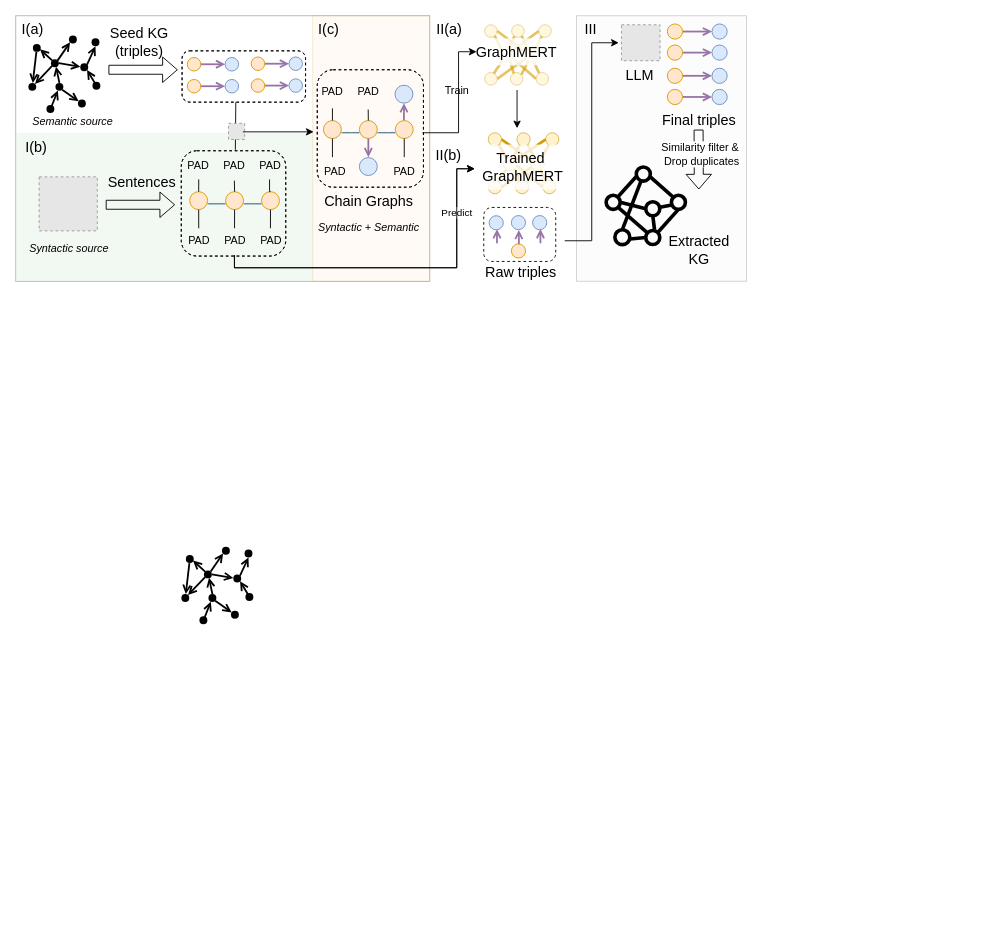
The draw.io diagram page "methodology" (4 of 5) of presentations/pipeline.drawio in across-stars/draw.io, before the edit. Source tidied: cells renumbered, new cells numbered last; positions are measured from the earlier drawing's top-left corner, leaving out a move shared by most shapes. Both pictures are drawn from the tidied source at 90%, with x=0, y=0 at pixel (15, 15). Pictures stored in the file or linked from it are replaced by grey dashed boxes.
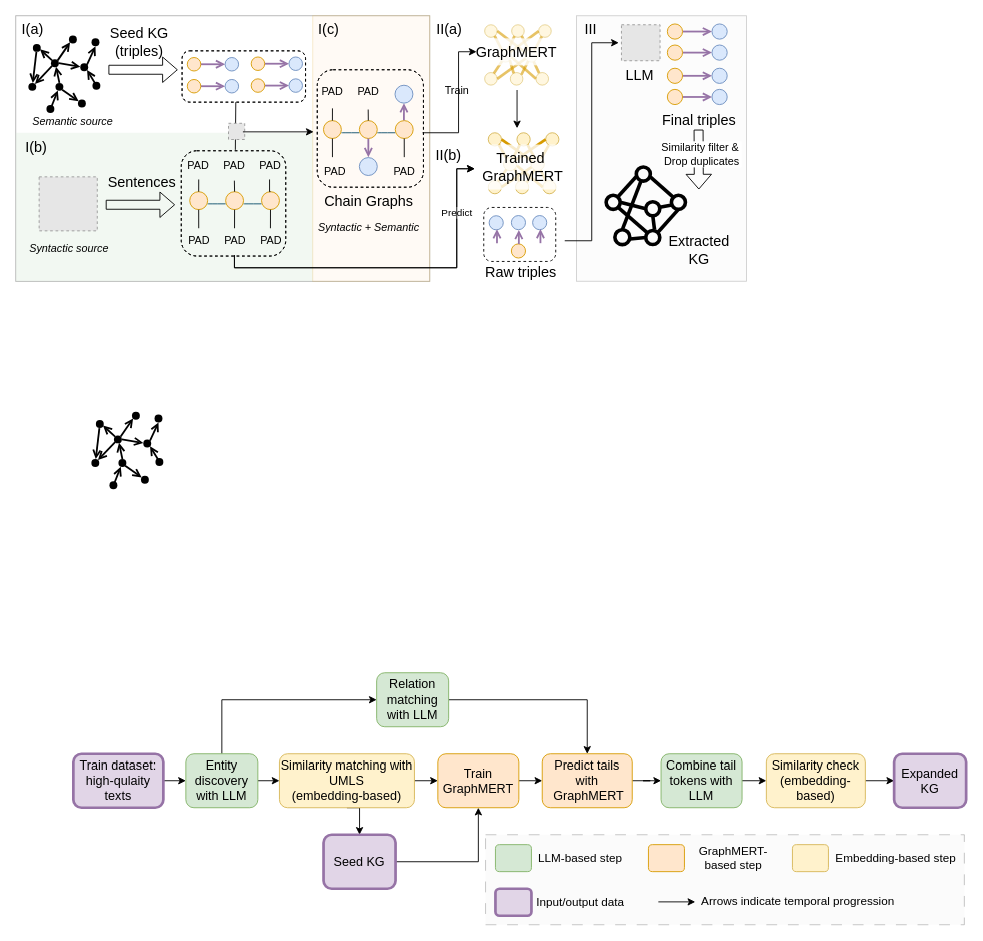
The same diagram, later.

Change to the diagram source:
```diff
@@
+    <mxCell id="233" style="rounded=0;whiteSpace=wrap;html=1;dashed=1;dashPattern=12 12;fillColor=#f5f5f5;fontColor=#333333;strokeColor=#666666;opacity=40;" parent="1" vertex="1">
+      <mxGeometry x="522" y="910" width="532" height="100" as="geometry" />
+    </mxCell>
+    <mxCell id="234" style="edgeStyle=orthogonalEdgeStyle;rounded=0;jettySize=auto;html=1;exitX=1;exitY=0.5;exitDx=0;exitDy=0;entryX=0;entryY=0.5;entryDx=0;entryDy=0;" parent="1" edge="1" source="235" target="237">
+      <mxGeometry relative="1" as="geometry" />
+    </mxCell>
+    <mxCell id="235" value="&lt;font style=&quot;font-size: 14px;&quot;&gt;Train&lt;/font&gt;&lt;div&gt;&lt;font style=&quot;font-size: 14px;&quot;&gt;GraphMERT&lt;/font&gt;&lt;/div&gt;" style="rounded=1;whiteSpace=wrap;html=1;fillColor=#ffe6cc;strokeColor=#d79b00;" parent="1" vertex="1">
+      <mxGeometry x="469" y="820" width="90" height="60" as="geometry" />
+    </mxCell>
+    <mxCell id="236" style="edgeStyle=orthogonalEdgeStyle;rounded=0;jettySize=auto;html=1;exitX=1;exitY=0.5;exitDx=0;exitDy=0;" parent="1" edge="1" source="237" target="239">
+      <mxGeometry relative="1" as="geometry" />
+    </mxCell>
+    <mxCell id="237" value="&lt;font style=&quot;font-size: 14px;&quot;&gt;Predict tails with&lt;/font&gt;&lt;div&gt;&lt;font style=&quot;font-size: 14px;&quot;&gt;&amp;nbsp;&lt;/font&gt;&lt;span style=&quot;font-size: 14px;&quot;&gt;GraphMERT&lt;/span&gt;&lt;/div&gt;" style="rounded=1;whiteSpace=wrap;html=1;fillColor=#ffe6cc;strokeColor=#d79b00;" parent="1" vertex="1">
+      <mxGeometry x="585" y="820" width="100" height="60" as="geometry" />
+    </mxCell>
+    <mxCell id="238" style="edgeStyle=orthogonalEdgeStyle;rounded=0;jettySize=auto;html=1;exitX=1;exitY=0.5;exitDx=0;exitDy=0;entryX=0;entryY=0.5;entryDx=0;entryDy=0;" parent="1" edge="1" source="239" target="241">
+      <mxGeometry relative="1" as="geometry" />
+    </mxCell>
+    <mxCell id="239" value="&lt;font style=&quot;font-size: 14px;&quot;&gt;Combine tail tokens with LLM&lt;/font&gt;" style="rounded=1;whiteSpace=wrap;html=1;fillColor=#d5e8d4;strokeColor=#82b366;" parent="1" vertex="1">
+      <mxGeometry x="717" y="820" width="90" height="60" as="geometry" />
+    </mxCell>
+    <mxCell id="240" style="edgeStyle=orthogonalEdgeStyle;rounded=0;jettySize=auto;html=1;exitX=1;exitY=0.5;exitDx=0;exitDy=0;entryX=0;entryY=0.5;entryDx=0;entryDy=0;" parent="1" edge="1" source="241" target="242">
+      <mxGeometry relative="1" as="geometry" />
+    </mxCell>
+    <mxCell id="241" value="&lt;font style=&quot;font-size: 14px;&quot;&gt;Similarity check (embedding-based)&lt;/font&gt;" style="rounded=1;whiteSpace=wrap;html=1;fillColor=#fff2cc;strokeColor=#d6b656;" parent="1" vertex="1">
+      <mxGeometry x="834" y="820" width="110" height="60" as="geometry" />
+    </mxCell>
+    <mxCell id="242" value="&lt;font style=&quot;font-size: 14px;&quot;&gt;Expanded KG&lt;/font&gt;" style="rounded=1;whiteSpace=wrap;html=1;fillColor=#e1d5e7;strokeColor=#9673a6;strokeWidth=3;" parent="1" vertex="1">
+      <mxGeometry x="976" y="820" width="80" height="60" as="geometry" />
+    </mxCell>
+    <mxCell id="243" style="edgeStyle=orthogonalEdgeStyle;rounded=0;jettySize=auto;html=1;exitX=1;exitY=0.5;exitDx=0;exitDy=0;entryX=0;entryY=0.5;entryDx=0;entryDy=0;" parent="1" edge="1" source="245" target="235">
+      <mxGeometry relative="1" as="geometry" />
+    </mxCell>
+    <mxCell id="244" style="edgeStyle=orthogonalEdgeStyle;rounded=0;jettySize=auto;html=1;exitX=0.5;exitY=1;exitDx=0;exitDy=0;entryX=0.5;entryY=0;entryDx=0;entryDy=0;" parent="1" edge="1" source="245" target="252">
+      <mxGeometry relative="1" as="geometry" />
+    </mxCell>
+    <mxCell id="245" value="&lt;font style=&quot;font-size: 14px;&quot;&gt;Similarity matching with UMLS&lt;/font&gt;&lt;div&gt;&lt;font&gt;&lt;span style=&quot;font-size: 14px;&quot;&gt;(embedding-based)&lt;/span&gt;&lt;br&gt;&lt;/font&gt;&lt;/div&gt;" style="rounded=1;whiteSpace=wrap;html=1;fillColor=#fff2cc;strokeColor=#d6b656;" parent="1" vertex="1">
+      <mxGeometry x="293" y="820" width="150" height="60" as="geometry" />
+    </mxCell>
+    <mxCell id="246" style="edgeStyle=orthogonalEdgeStyle;rounded=0;jettySize=auto;html=1;exitX=1;exitY=0.5;exitDx=0;exitDy=0;entryX=0;entryY=0.5;entryDx=0;entryDy=0;" parent="1" edge="1" source="248" target="245">
+      <mxGeometry relative="1" as="geometry" />
+    </mxCell>
+    <mxCell id="247" style="edgeStyle=orthogonalEdgeStyle;rounded=0;jettySize=auto;html=1;exitX=0.5;exitY=0;exitDx=0;exitDy=0;entryX=0;entryY=0.5;entryDx=0;entryDy=0;" parent="1" edge="1" source="248" target="254">
+      <mxGeometry relative="1" as="geometry" />
+    </mxCell>
+    <mxCell id="248" value="&lt;font style=&quot;font-size: 14px;&quot;&gt;Entity discovery with LLM&lt;/font&gt;" style="rounded=1;whiteSpace=wrap;html=1;fillColor=#d5e8d4;strokeColor=#82b366;" parent="1" vertex="1">
+      <mxGeometry x="189" y="820" width="80" height="60" as="geometry" />
+    </mxCell>
+    <mxCell id="249" style="edgeStyle=orthogonalEdgeStyle;rounded=0;jettySize=auto;html=1;exitX=1;exitY=0.5;exitDx=0;exitDy=0;entryX=0;entryY=0.5;entryDx=0;entryDy=0;" parent="1" edge="1" source="250" target="248">
+      <mxGeometry relative="1" as="geometry" />
+    </mxCell>
+    <mxCell id="250" value="&lt;font style=&quot;font-size: 14px;&quot;&gt;Train dataset: high-qulaity texts&lt;/font&gt;" style="rounded=1;whiteSpace=wrap;html=1;fillColor=#e1d5e7;strokeColor=#9673a6;strokeWidth=3;" parent="1" vertex="1">
+      <mxGeometry x="64" y="820" width="100" height="60" as="geometry" />
+    </mxCell>
+    <mxCell id="251" style="edgeStyle=orthogonalEdgeStyle;rounded=0;jettySize=auto;html=1;exitX=1;exitY=0.5;exitDx=0;exitDy=0;" parent="1" edge="1" source="252" target="235">
+      <mxGeometry relative="1" as="geometry" />
+    </mxCell>
+    <mxCell id="252" value="&lt;font style=&quot;font-size: 14px;&quot;&gt;Seed KG&lt;/font&gt;" style="rounded=1;whiteSpace=wrap;html=1;fillColor=#e1d5e7;strokeColor=#9673a6;strokeWidth=3;" parent="1" vertex="1">
+      <mxGeometry x="342" y="910" width="80" height="60" as="geometry" />
+    </mxCell>
+    <mxCell id="253" style="edgeStyle=orthogonalEdgeStyle;rounded=0;jettySize=auto;html=1;exitX=1;exitY=0.5;exitDx=0;exitDy=0;entryX=0.5;entryY=0;entryDx=0;entryDy=0;" parent="1" edge="1" source="254" target="237">
+      <mxGeometry relative="1" as="geometry" />
+    </mxCell>
+    <mxCell id="254" value="&lt;font style=&quot;font-size: 14px;&quot;&gt;Relation matching with LLM&lt;/font&gt;" style="rounded=1;whiteSpace=wrap;html=1;fillColor=#d5e8d4;strokeColor=#82b366;" parent="1" vertex="1">
+      <mxGeometry x="401" y="730" width="80" height="60" as="geometry" />
+    </mxCell>
+    <mxCell id="255" style="rounded=1;whiteSpace=wrap;html=1;fillColor=#d5e8d4;strokeColor=#82b366;" parent="1" vertex="1">
+      <mxGeometry x="533" y="921" width="40" height="30" as="geometry" />
+    </mxCell>
+    <mxCell id="256" value="&lt;font style=&quot;font-size: 13px;&quot;&gt;LLM-based step&lt;/font&gt;" style="text;html=1;align=center;verticalAlign=middle;whiteSpace=wrap;rounded=0;" parent="1" vertex="1">
+      <mxGeometry x="577" y="921" width="101" height="30" as="geometry" />
+    </mxCell>
+    <mxCell id="257" style="rounded=1;whiteSpace=wrap;html=1;fillColor=#ffe6cc;strokeColor=#d79b00;" parent="1" vertex="1">
+      <mxGeometry x="703" y="921" width="40" height="30" as="geometry" />
+    </mxCell>
+    <mxCell id="258" value="&lt;font&gt;&lt;font size=&quot;2&quot;&gt;GraphMERT-based step&lt;/font&gt;&lt;/font&gt;" style="text;html=1;align=center;verticalAlign=middle;whiteSpace=wrap;rounded=0;" parent="1" vertex="1">
+      <mxGeometry x="747" y="921" width="101" height="30" as="geometry" />
+    </mxCell>
+    <mxCell id="259" style="rounded=1;whiteSpace=wrap;html=1;fillColor=#fff2cc;strokeColor=#d6b656;" parent="1" vertex="1">
+      <mxGeometry x="863" y="921" width="40" height="30" as="geometry" />
+    </mxCell>
+    <mxCell id="260" value="&lt;font style=&quot;font-size: 13px;&quot;&gt;Embedding-based step&lt;/font&gt;" style="text;html=1;align=center;verticalAlign=middle;whiteSpace=wrap;rounded=0;" parent="1" vertex="1">
+      <mxGeometry x="906" y="921" width="144" height="30" as="geometry" />
+    </mxCell>
+    <mxCell id="261" style="rounded=1;whiteSpace=wrap;html=1;fillColor=#e1d5e7;strokeColor=#9673a6;strokeWidth=3;" parent="1" vertex="1">
+      <mxGeometry x="533" y="970" width="40" height="30" as="geometry" />
+    </mxCell>
+    <mxCell id="262" value="&lt;font style=&quot;font-size: 13px;&quot;&gt;Input/output data&lt;/font&gt;" style="text;html=1;align=center;verticalAlign=middle;whiteSpace=wrap;rounded=0;" parent="1" vertex="1">
+      <mxGeometry x="577" y="970" width="101" height="30" as="geometry" />
+    </mxCell>
+    <mxCell id="263" value="&lt;font style=&quot;font-size: 13px;&quot;&gt;Arrows indicate temporal progression&lt;/font&gt;" style="text;html=1;align=left;verticalAlign=middle;whiteSpace=wrap;rounded=0;" parent="1" vertex="1">
+      <mxGeometry x="760" y="959" width="235" height="50" as="geometry" />
+    </mxCell>
+    <mxCell id="264" style="endArrow=classic;html=1;rounded=0;" parent="1" edge="1">
+      <mxGeometry relative="1" as="geometry">
+        <mxPoint x="714" y="984.6" as="sourcePoint" />
+        <mxPoint x="755" y="984.6" as="targetPoint" />
+      </mxGeometry>
+    </mxCell>
@@
     <mxCell id="171" style="group;" parent="13" vertex="1">
-      <mxGeometry x="184" y="590" width="80" height="88" as="geometry" />
+      <mxGeometry x="84" y="440" width="80" height="88" as="geometry" />
     </mxCell>
```
